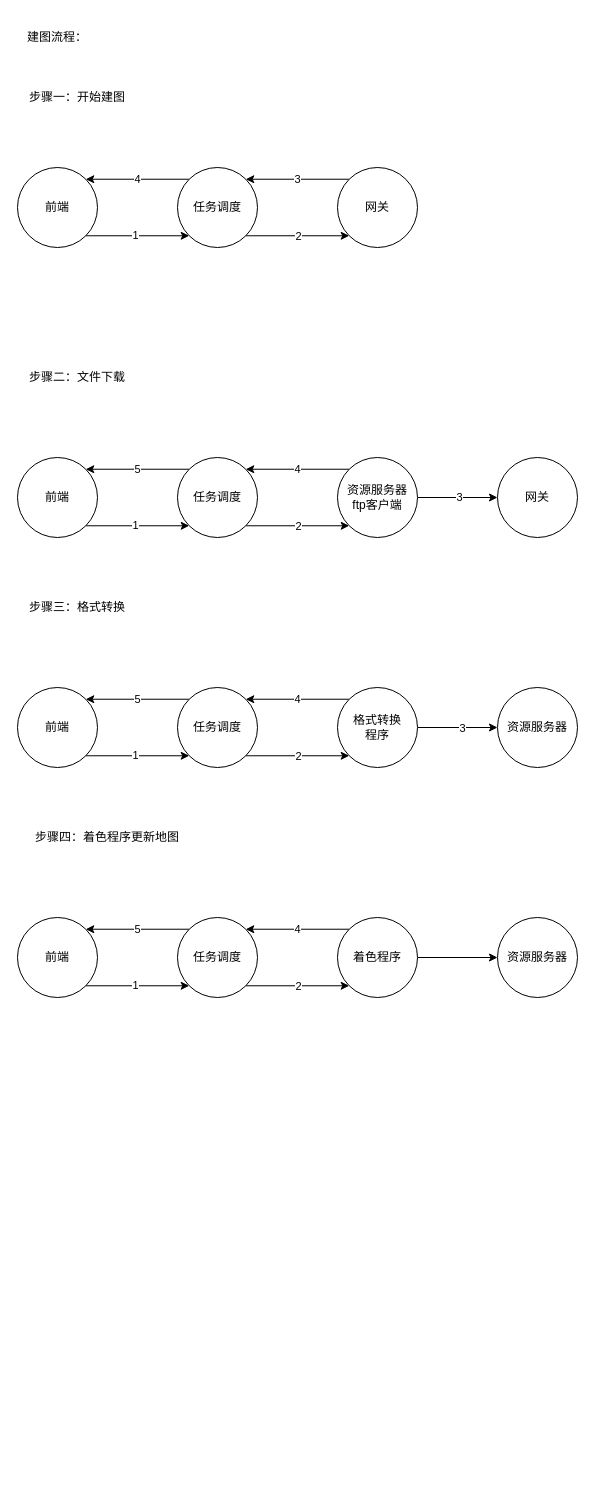
Above: 建图流程.drawio in wangyufei0807/draw (draw.io), before the change. Source tidied: cells renumbered, new cells numbered last; positions are measured from the earlier drawing's top-left corner, leaving out a move shared by most shapes. Both pictures are drawn from the tidied source at 100%, with x=0, y=0 at pixel (17, 17).
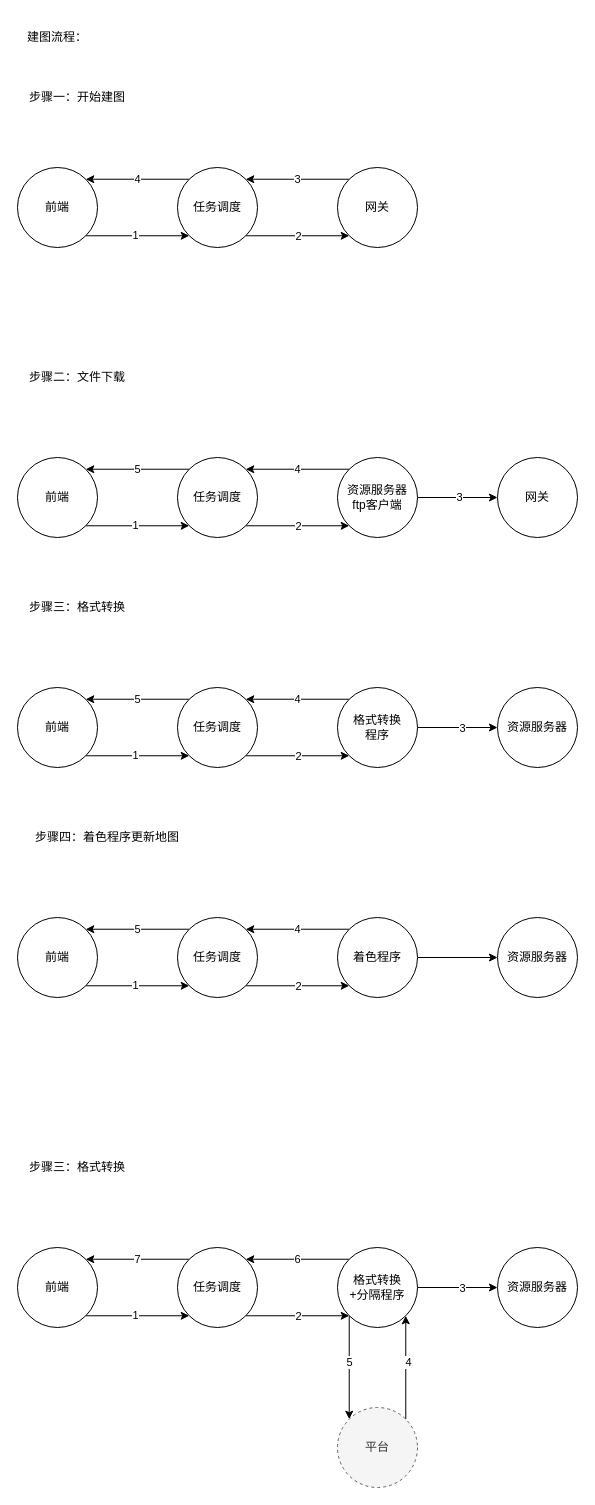
The same diagram, later.

Change to the diagram source:
```diff
@@
+    <mxCell id="51" style="edgeStyle=orthogonalEdgeStyle;rounded=0;jettySize=auto;html=1;exitX=1;exitY=1;exitDx=0;exitDy=0;entryX=0;entryY=1;entryDx=0;entryDy=0;" parent="1" edge="1" source="53" target="57">
+      <mxGeometry relative="1" as="geometry" />
+    </mxCell>
+    <mxCell id="52" value="1" style="edgeLabel;html=1;align=center;verticalAlign=middle;" parent="51" vertex="1">
+      <mxGeometry x="-0.05" y="1" relative="1" as="geometry" />
+    </mxCell>
+    <mxCell id="53" value="前端" style="ellipse;whiteSpace=wrap;html=1;" parent="1" vertex="1">
+      <mxGeometry y="1230" width="80" height="80" as="geometry" />
+    </mxCell>
+    <mxCell id="54" style="edgeStyle=orthogonalEdgeStyle;rounded=0;jettySize=auto;html=1;exitX=1;exitY=1;exitDx=0;exitDy=0;entryX=0;entryY=1;entryDx=0;entryDy=0;" parent="1" edge="1" source="57" target="63">
+      <mxGeometry relative="1" as="geometry" />
+    </mxCell>
+    <mxCell id="55" value="2" style="edgeLabel;html=1;align=center;verticalAlign=middle;" parent="54" vertex="1">
+      <mxGeometry relative="1" as="geometry" />
+    </mxCell>
+    <mxCell id="56" value="7" style="edgeStyle=orthogonalEdgeStyle;rounded=0;jettySize=auto;html=1;exitX=0;exitY=0;exitDx=0;exitDy=0;entryX=1;entryY=0;entryDx=0;entryDy=0;" parent="1" edge="1" source="57" target="53">
+      <mxGeometry relative="1" as="geometry" />
+    </mxCell>
+    <mxCell id="57" value="任务调度" style="ellipse;whiteSpace=wrap;html=1;" parent="1" vertex="1">
+      <mxGeometry x="160" y="1230" width="80" height="80" as="geometry" />
+    </mxCell>
+    <mxCell id="58" value="6" style="edgeStyle=orthogonalEdgeStyle;rounded=0;jettySize=auto;html=1;exitX=0;exitY=0;exitDx=0;exitDy=0;entryX=1;entryY=0;entryDx=0;entryDy=0;" parent="1" edge="1" source="63" target="57">
+      <mxGeometry relative="1" as="geometry" />
+    </mxCell>
+    <mxCell id="59" style="edgeStyle=orthogonalEdgeStyle;rounded=0;jettySize=auto;html=1;startArrow=none;startFill=0;" parent="1" edge="1" source="63" target="65">
+      <mxGeometry relative="1" as="geometry" />
+    </mxCell>
+    <mxCell id="60" value="3" style="edgeLabel;html=1;align=center;verticalAlign=middle;" parent="59" vertex="1">
+      <mxGeometry x="0.1" relative="1" as="geometry" />
+    </mxCell>
+    <mxCell id="61" style="edgeStyle=orthogonalEdgeStyle;rounded=0;jettySize=auto;html=1;exitX=0;exitY=1;exitDx=0;exitDy=0;entryX=0;entryY=0;entryDx=0;entryDy=0;" parent="1" edge="1" source="63" target="68">
+      <mxGeometry relative="1" as="geometry" />
+    </mxCell>
+    <mxCell id="62" value="5" style="edgeLabel;html=1;align=center;verticalAlign=middle;" parent="61" vertex="1">
+      <mxGeometry x="-0.12" relative="1" as="geometry" />
+    </mxCell>
+    <mxCell id="63" value="格式转换&lt;br&gt;+分隔程序" style="ellipse;whiteSpace=wrap;html=1;" parent="1" vertex="1">
+      <mxGeometry x="320" y="1230" width="80" height="80" as="geometry" />
+    </mxCell>
+    <mxCell id="64" value="步骤三：格式转换" style="text;html=1;strokeColor=none;fillColor=none;align=center;verticalAlign=middle;whiteSpace=wrap;rounded=0;" parent="1" vertex="1">
+      <mxGeometry x="10" y="1140" width="100" height="20" as="geometry" />
+    </mxCell>
+    <mxCell id="65" value="资源服务器" style="ellipse;whiteSpace=wrap;html=1;" parent="1" vertex="1">
+      <mxGeometry x="480" y="1230" width="80" height="80" as="geometry" />
+    </mxCell>
+    <mxCell id="66" style="edgeStyle=orthogonalEdgeStyle;rounded=0;jettySize=auto;html=1;exitX=1;exitY=0;exitDx=0;exitDy=0;entryX=1;entryY=1;entryDx=0;entryDy=0;" parent="1" edge="1" source="68" target="63">
+      <mxGeometry relative="1" as="geometry" />
+    </mxCell>
+    <mxCell id="67" value="4" style="edgeLabel;html=1;align=center;verticalAlign=middle;" parent="66" vertex="1">
+      <mxGeometry x="0.1" y="-2" relative="1" as="geometry" />
+    </mxCell>
+    <mxCell id="68" value="平台" style="ellipse;whiteSpace=wrap;html=1;fillColor=#f5f5f5;strokeColor=#666666;fontColor=#333333;dashed=1;" parent="1" vertex="1">
+      <mxGeometry x="320" y="1390" width="80" height="80" as="geometry" />
+    </mxCell>
```
